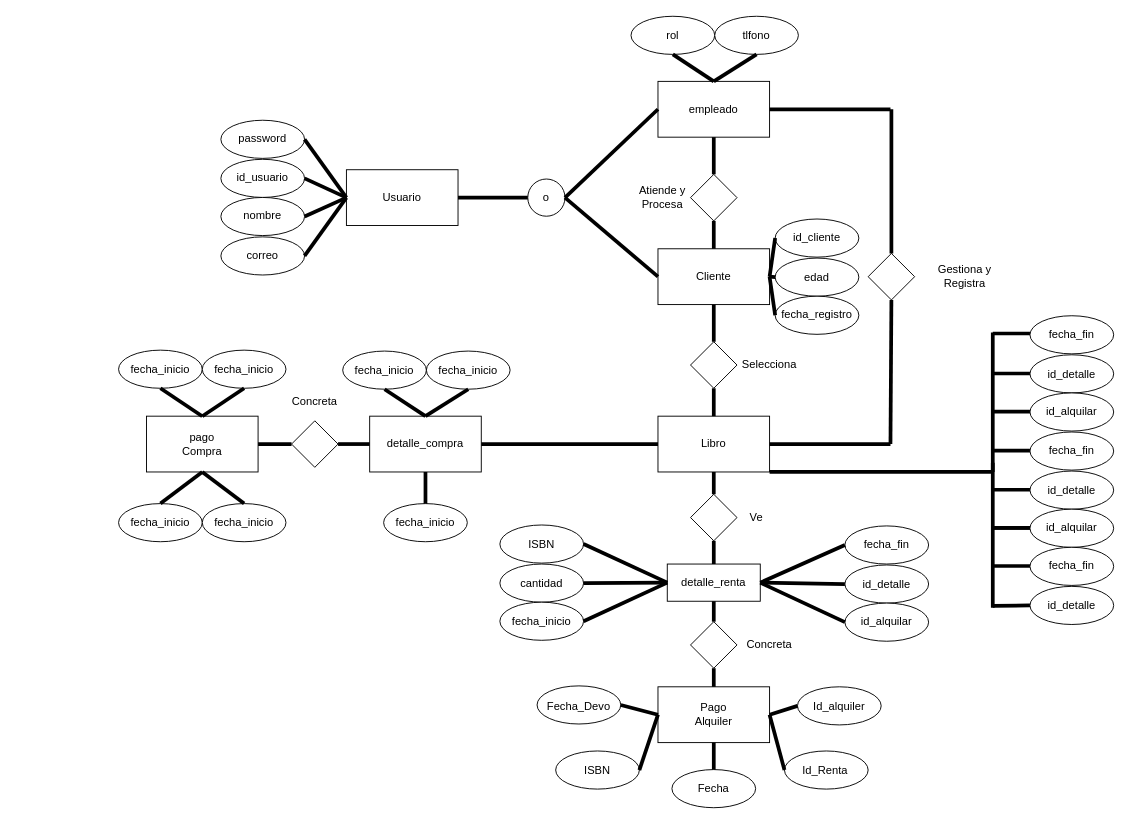
Earlier version of the draw.io diagram Bases de Datos/Diagrama_E_R.drawio (UserUnknown27/ProyectoFinDeCursoGrupo5). Source tidied: cells renumbered, new cells numbered last; positions are measured from the earlier drawing's top-left corner, leaving out a move shared by most shapes. Both pictures are drawn from the tidied source at 93%, with x=0, y=0 at pixel (118, 16).
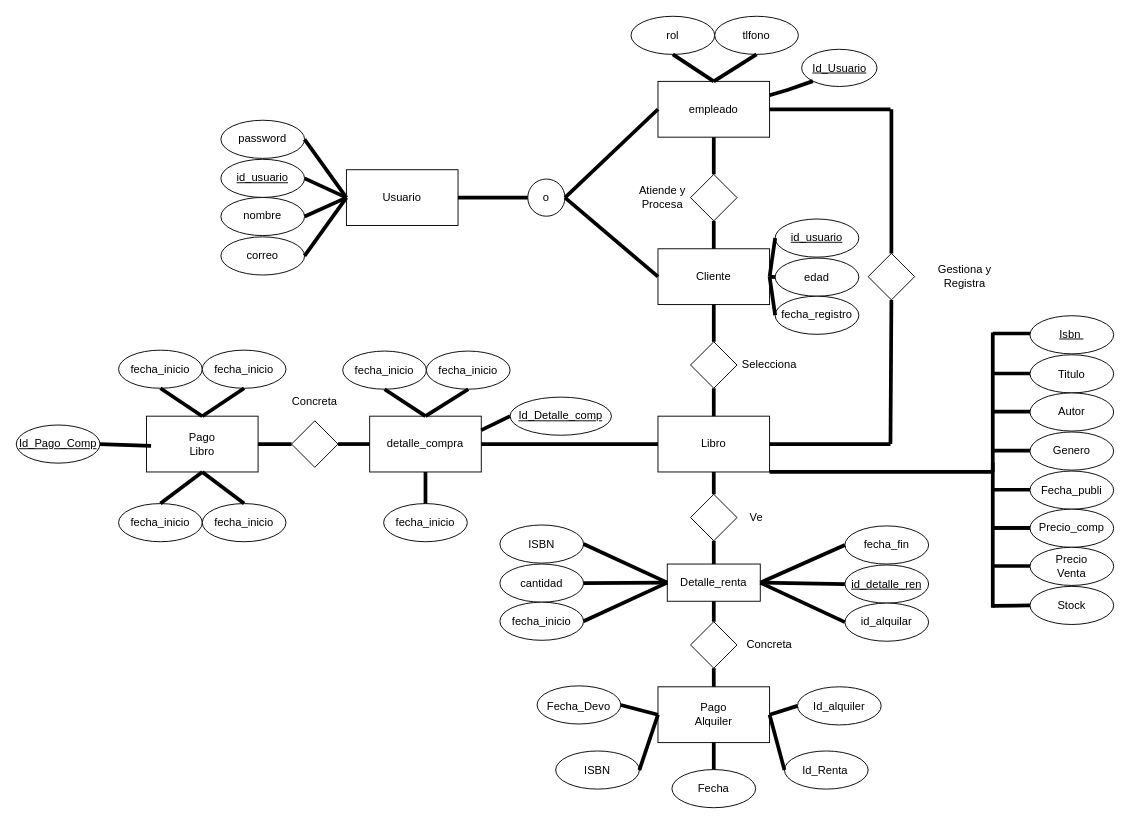
The same diagram, later.

Commit message (it also covers changes not shown here):
Actualizacion de diagramas, para BD y Entornos de Desarrollo.

The change refers to these unchanged cells:
```xml
<mxCell id="2" style="rounded=0;whiteSpace=wrap;html=1;" parent="1" vertex="1">
  <mxGeometry x="270" y="430" width="120" height="60" as="geometry" />
</mxCell>
<mxCell id="6" style="rounded=0;whiteSpace=wrap;html=1;" parent="1" vertex="1">
  <mxGeometry x="580" y="70" width="120" height="60" as="geometry" />
</mxCell>
```

The edit, as a diff of the source:
```diff
@@
-    <mxCell id="55" value="detalle_renta" style="text;html=1;whiteSpace=wrap;strokeColor=none;fillColor=none;align=center;verticalAlign=middle;rounded=0;" parent="1" vertex="1">
+    <mxCell id="55" value="Detalle_renta" style="text;html=1;whiteSpace=wrap;strokeColor=none;fillColor=none;align=center;verticalAlign=middle;rounded=0;" parent="1" vertex="1">
       <mxGeometry x="610" y="594" width="60" height="30" as="geometry" />
     </mxCell>
@@
-    <mxCell id="59" value="id_detalle" style="text;html=1;whiteSpace=wrap;strokeColor=none;fillColor=none;align=center;verticalAlign=middle;rounded=0;" parent="1" vertex="1">
+    <mxCell id="59" value="&lt;u&gt;id_detalle_ren&lt;/u&gt;" style="text;html=1;whiteSpace=wrap;strokeColor=none;fillColor=none;align=center;verticalAlign=middle;rounded=0;" parent="1" vertex="1">
       <mxGeometry x="796" y="595.5" width="60" height="30" as="geometry" />
     </mxCell>
@@
-    <mxCell id="66" value="id_cliente" style="text;html=1;whiteSpace=wrap;strokeColor=none;fillColor=none;align=center;verticalAlign=middle;rounded=0;" parent="1" vertex="1">
+    <mxCell id="66" value="&lt;u&gt;id_usuario&lt;/u&gt;" style="text;html=1;whiteSpace=wrap;strokeColor=none;fillColor=none;align=center;verticalAlign=middle;rounded=0;" parent="1" vertex="1">
       <mxGeometry x="721" y="222.5" width="60" height="30" as="geometry" />
     </mxCell>
@@
-    <mxCell id="83" value="pago&lt;div&gt;Compra&lt;/div&gt;" style="text;html=1;whiteSpace=wrap;strokeColor=none;fillColor=none;align=center;verticalAlign=middle;rounded=0;" parent="1" vertex="1">
+    <mxCell id="83" value="Pago Libro" style="text;html=1;whiteSpace=wrap;strokeColor=none;fillColor=none;align=center;verticalAlign=middle;rounded=0;" parent="1" vertex="1">
       <mxGeometry x="60" y="445" width="60" height="30" as="geometry" />
     </mxCell>
@@
-    <mxCell id="88" value="id_usuario" style="text;html=1;whiteSpace=wrap;strokeColor=none;fillColor=none;align=center;verticalAlign=middle;rounded=0;" parent="1" vertex="1">
+    <mxCell id="88" value="&lt;u&gt;id_usuario&lt;/u&gt;" style="text;html=1;whiteSpace=wrap;strokeColor=none;fillColor=none;align=center;verticalAlign=middle;rounded=0;" parent="1" vertex="1">
       <mxGeometry x="125" y="159.2" width="60" height="30" as="geometry" />
     </mxCell>
@@
-    <mxCell id="135" value="fecha_fin" style="text;html=1;whiteSpace=wrap;strokeColor=none;fillColor=none;align=center;verticalAlign=middle;rounded=0;" parent="1" vertex="1">
+    <mxCell id="135" value="&lt;u&gt;Isbn&amp;nbsp;&lt;/u&gt;" style="text;html=1;whiteSpace=wrap;strokeColor=none;fillColor=none;align=center;verticalAlign=middle;rounded=0;" parent="1" vertex="1">
       <mxGeometry x="995" y="326.5" width="60" height="30" as="geometry" />
     </mxCell>
-    <mxCell id="136" value="id_detalle" style="text;html=1;whiteSpace=wrap;strokeColor=none;fillColor=none;align=center;verticalAlign=middle;rounded=0;" parent="1" vertex="1">
+    <mxCell id="136" value="Titulo" style="text;html=1;whiteSpace=wrap;strokeColor=none;fillColor=none;align=center;verticalAlign=middle;rounded=0;" parent="1" vertex="1">
       <mxGeometry x="995" y="369.5" width="60" height="30" as="geometry" />
     </mxCell>
-    <mxCell id="137" value="id_alquilar" style="text;html=1;whiteSpace=wrap;strokeColor=none;fillColor=none;align=center;verticalAlign=middle;rounded=0;" parent="1" vertex="1">
+    <mxCell id="137" value="Autor" style="text;html=1;whiteSpace=wrap;strokeColor=none;fillColor=none;align=center;verticalAlign=middle;rounded=0;" parent="1" vertex="1">
       <mxGeometry x="995" y="409.5" width="60" height="30" as="geometry" />
     </mxCell>
@@
-    <mxCell id="141" value="fecha_fin" style="text;html=1;whiteSpace=wrap;strokeColor=none;fillColor=none;align=center;verticalAlign=middle;rounded=0;" parent="1" vertex="1">
+    <mxCell id="141" value="Genero" style="text;html=1;whiteSpace=wrap;strokeColor=none;fillColor=none;align=center;verticalAlign=middle;rounded=0;" parent="1" vertex="1">
       <mxGeometry x="995" y="451.5" width="60" height="30" as="geometry" />
     </mxCell>
-    <mxCell id="142" value="id_detalle" style="text;html=1;whiteSpace=wrap;strokeColor=none;fillColor=none;align=center;verticalAlign=middle;rounded=0;" parent="1" vertex="1">
+    <mxCell id="142" value="Fecha_publi" style="text;html=1;whiteSpace=wrap;strokeColor=none;fillColor=none;align=center;verticalAlign=middle;rounded=0;" parent="1" vertex="1">
       <mxGeometry x="995" y="494.5" width="60" height="30" as="geometry" />
     </mxCell>
-    <mxCell id="143" value="id_alquilar" style="text;html=1;whiteSpace=wrap;strokeColor=none;fillColor=none;align=center;verticalAlign=middle;rounded=0;" parent="1" vertex="1">
+    <mxCell id="143" value="Precio_comp" style="text;html=1;whiteSpace=wrap;strokeColor=none;fillColor=none;align=center;verticalAlign=middle;rounded=0;" parent="1" vertex="1">
       <mxGeometry x="995" y="534.5" width="60" height="30" as="geometry" />
     </mxCell>
@@
-    <mxCell id="146" value="fecha_fin" style="text;html=1;whiteSpace=wrap;strokeColor=none;fillColor=none;align=center;verticalAlign=middle;rounded=0;" parent="1" vertex="1">
+    <mxCell id="146" value="Precio Venta" style="text;html=1;whiteSpace=wrap;strokeColor=none;fillColor=none;align=center;verticalAlign=middle;rounded=0;" parent="1" vertex="1">
       <mxGeometry x="995" y="575.5" width="60" height="30" as="geometry" />
     </mxCell>
-    <mxCell id="147" value="id_detalle" style="text;html=1;whiteSpace=wrap;strokeColor=none;fillColor=none;align=center;verticalAlign=middle;rounded=0;" parent="1" vertex="1">
+    <mxCell id="147" value="Stock" style="text;html=1;whiteSpace=wrap;strokeColor=none;fillColor=none;align=center;verticalAlign=middle;rounded=0;" parent="1" vertex="1">
       <mxGeometry x="995" y="618.5" width="60" height="30" as="geometry" />
     </mxCell>
@@
+    <mxCell id="159" style="endArrow=none;html=1;rounded=0;strokeWidth=4;exitX=0.5;exitY=0;exitDx=0;exitDy=0;" parent="1" edge="1">
+      <mxGeometry relative="1" as="geometry">
+        <mxPoint x="35" y="462" as="sourcePoint" />
+        <mxPoint x="-20" y="460" as="targetPoint" />
+      </mxGeometry>
+    </mxCell>
+    <mxCell id="160" value="&lt;u&gt;Id_Pago_Comp&lt;/u&gt;" style="ellipse;whiteSpace=wrap;html=1;" parent="1" vertex="1">
+      <mxGeometry x="-110" y="439.5" width="90" height="41" as="geometry" />
+    </mxCell>
+    <mxCell id="161" value="&lt;u&gt;Id_Detalle_comp&lt;/u&gt;" style="ellipse;whiteSpace=wrap;html=1;" parent="1" vertex="1">
+      <mxGeometry x="421" y="409.5" width="109" height="41" as="geometry" />
+    </mxCell>
+    <mxCell id="162" style="endArrow=none;html=1;rounded=0;entryX=0;entryY=0.5;entryDx=0;entryDy=0;strokeWidth=4;exitX=1;exitY=0.25;exitDx=0;exitDy=0;" parent="1" edge="1" source="2" target="161">
+      <mxGeometry relative="1" as="geometry" />
+    </mxCell>
+    <mxCell id="163" value="&lt;u&gt;Id_Usuario&lt;/u&gt;" style="ellipse;whiteSpace=wrap;html=1;" parent="1" vertex="1">
+      <mxGeometry x="734.5" y="35.5" width="81" height="40" as="geometry" />
+    </mxCell>
+    <mxCell id="164" style="endArrow=none;html=1;rounded=0;exitX=0;exitY=1;exitDx=0;exitDy=0;entryX=1;entryY=0.25;entryDx=0;entryDy=0;strokeWidth=4;" parent="1" edge="1" source="163" target="6">
+      <mxGeometry relative="1" as="geometry">
+        <Array as="points">
+          <mxPoint x="720" y="79" />
+        </Array>
+      </mxGeometry>
+    </mxCell>
```
